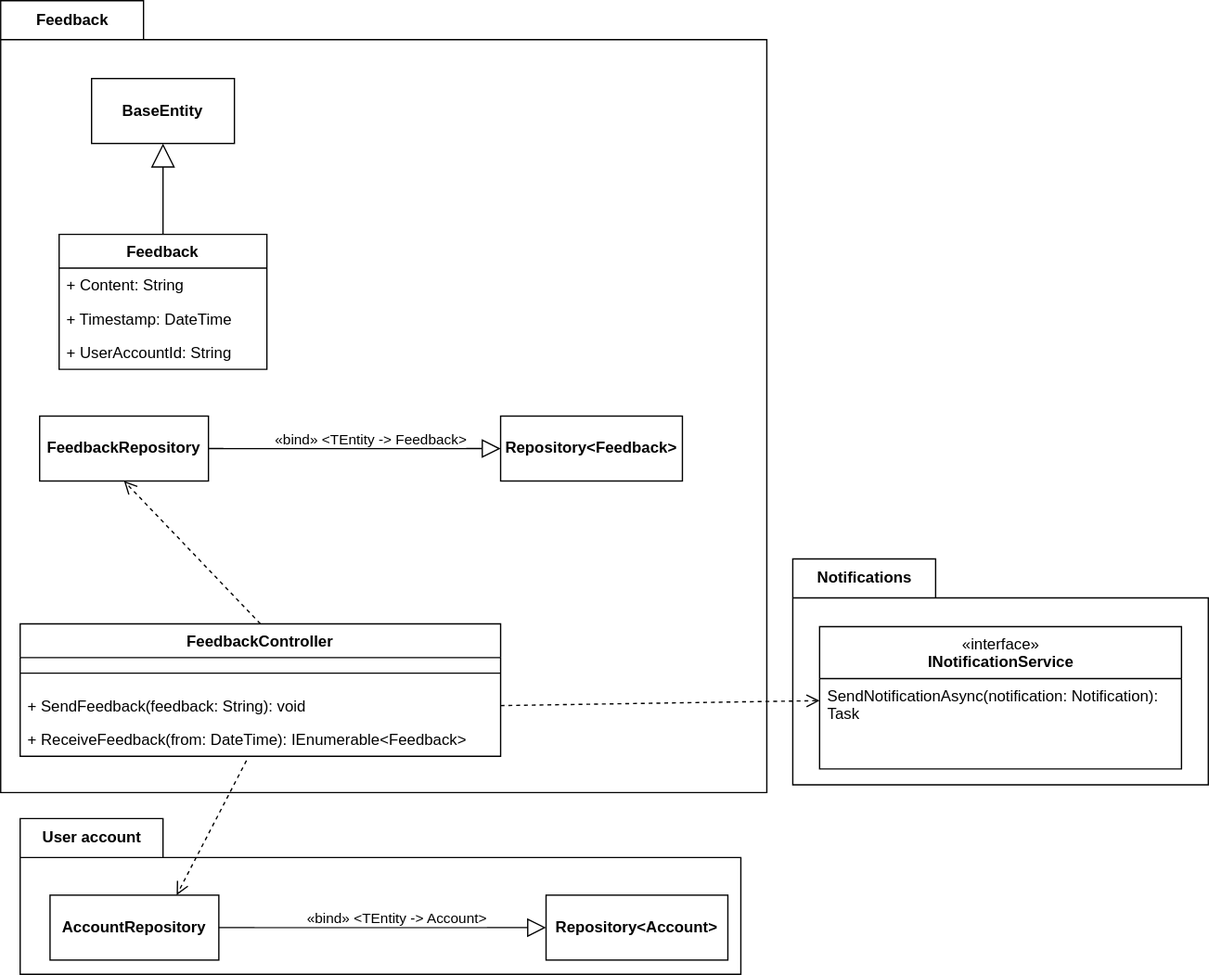
piatrashkakanstantinass/psi2 keeps this draw.io diagram as lab2diags/logical-view/feedback.drawio.svg. Above is the earlier version. Source tidied: cells renumbered, new cells last; positions are measured from the earlier drawing's top-left corner, leaving out a move shared by most shapes.
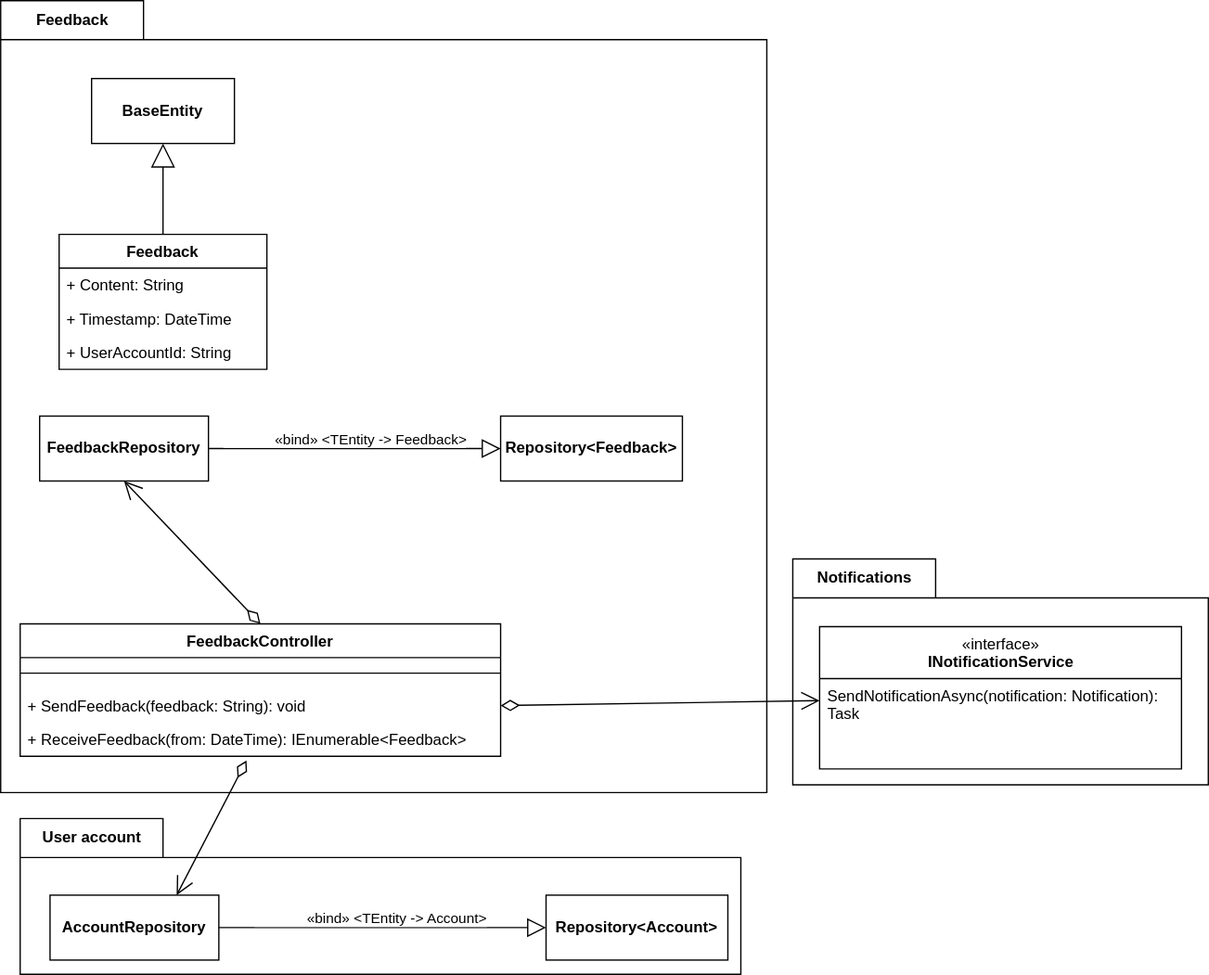
After the commit.

The edit, as a diff of the source:
```diff
@@ -27,7 +27,7 @@
     <mxCell id="8" value="Feedback" style="shape=folder;fontStyle=1;tabWidth=110;tabHeight=30;tabPosition=left;html=1;boundedLbl=1;labelInHeader=1;" parent="1" vertex="1">
       <mxGeometry width="590" height="610" as="geometry" />
     </mxCell>
-    <mxCell id="9" style="html=1;verticalAlign=bottom;endArrow=open;dashed=1;endSize=8;curved=0;rounded=0;exitX=1;exitY=0.5;exitDx=0;exitDy=0;" parent="1" edge="1" source="13" target="6">
+    <mxCell id="9" style="html=1;verticalAlign=bottom;endArrow=open;endSize=12;curved=0;rounded=0;exitX=1;exitY=0.5;exitDx=0;exitDy=0;startArrow=diamondThin;startFill=0;startSize=12;" parent="1" edge="1" source="13" target="6">
       <mxGeometry relative="1" as="geometry" />
     </mxCell>
     <mxCell id="10" style="html=1;strokeColor=none;fillColor=none;" parent="1" vertex="1">
@@ -61,7 +61,7 @@
     <mxCell id="18" value="&lt;b&gt;Repository&amp;lt;Feedback&amp;gt;&lt;/b&gt;" style="html=1;whiteSpace=wrap;" parent="1" vertex="1">
       <mxGeometry x="385" y="320" width="140" height="50" as="geometry" />
     </mxCell>
-    <mxCell id="19" style="html=1;verticalAlign=bottom;endArrow=open;dashed=1;endSize=8;curved=0;rounded=0;entryX=0.5;entryY=1;entryDx=0;entryDy=0;exitX=0.5;exitY=0;exitDx=0;exitDy=0;" parent="1" edge="1" source="11" target="15">
+    <mxCell id="19" style="html=1;verticalAlign=bottom;endArrow=open;endSize=12;curved=0;rounded=0;entryX=0.5;entryY=1;entryDx=0;entryDy=0;exitX=0.5;exitY=0;exitDx=0;exitDy=0;startArrow=diamondThin;startFill=0;startSize=12;" parent="1" edge="1" source="11" target="15">
       <mxGeometry relative="1" as="geometry" />
     </mxCell>
     <mxCell id="20" value="&lt;b&gt;AccountRepository&lt;/b&gt;" style="html=1;whiteSpace=wrap;" parent="1" vertex="1">
@@ -78,7 +78,7 @@
     <mxCell id="23" value="&lt;b&gt;Repository&amp;lt;Account&amp;gt;&lt;/b&gt;" style="html=1;whiteSpace=wrap;" parent="1" vertex="1">
       <mxGeometry x="420" y="689" width="140" height="50" as="geometry" />
     </mxCell>
-    <mxCell id="24" style="html=1;verticalAlign=bottom;endArrow=open;dashed=1;endSize=8;curved=0;rounded=0;entryX=0.75;entryY=0;entryDx=0;entryDy=0;exitX=0.471;exitY=1.128;exitDx=0;exitDy=0;exitPerimeter=0;" parent="1" edge="1" source="14" target="20">
+    <mxCell id="24" style="html=1;verticalAlign=bottom;endArrow=open;endSize=12;curved=0;rounded=0;entryX=0.75;entryY=0;entryDx=0;entryDy=0;exitX=0.471;exitY=1.128;exitDx=0;exitDy=0;exitPerimeter=0;startArrow=diamondThin;startFill=0;startSize=12;" parent="1" edge="1" source="14" target="20">
       <mxGeometry relative="1" as="geometry" />
     </mxCell>
     <mxCell id="25" value="Feedback" style="swimlane;fontStyle=1;align=center;verticalAlign=top;horizontal=1;startSize=26;whiteSpace=wrap;html=1;" parent="1" vertex="1">
```
